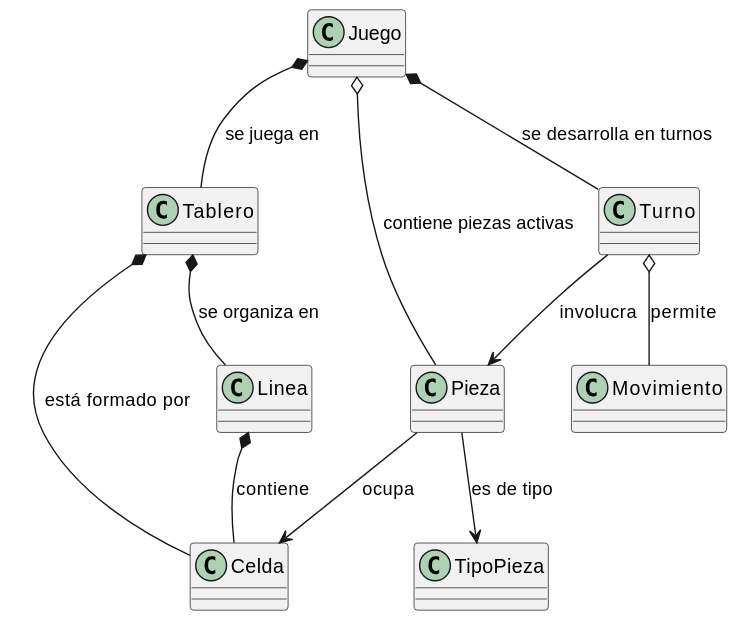
mmasias/pyTetris keeps this PlantUML diagram as images/modelosUML/ModeloDominio.svg. Above is the earlier version. Source of this version:
```plantuml
@startuml
Juego *-- Tablero : "se juega en"
Juego o-- Pieza : "contiene piezas activas"
Juego *-- Turno : "se desarrolla en turnos"

Tablero *-- Celda : "está formado por"
Tablero *-- Linea : "se organiza en"

Pieza --> TipoPieza : "es de tipo"
Pieza --> Celda : "ocupa"

Turno --> Pieza : "involucra"
Turno o-- Movimiento : "permite"

Linea *-- Celda : "contiene"
@enduml
```
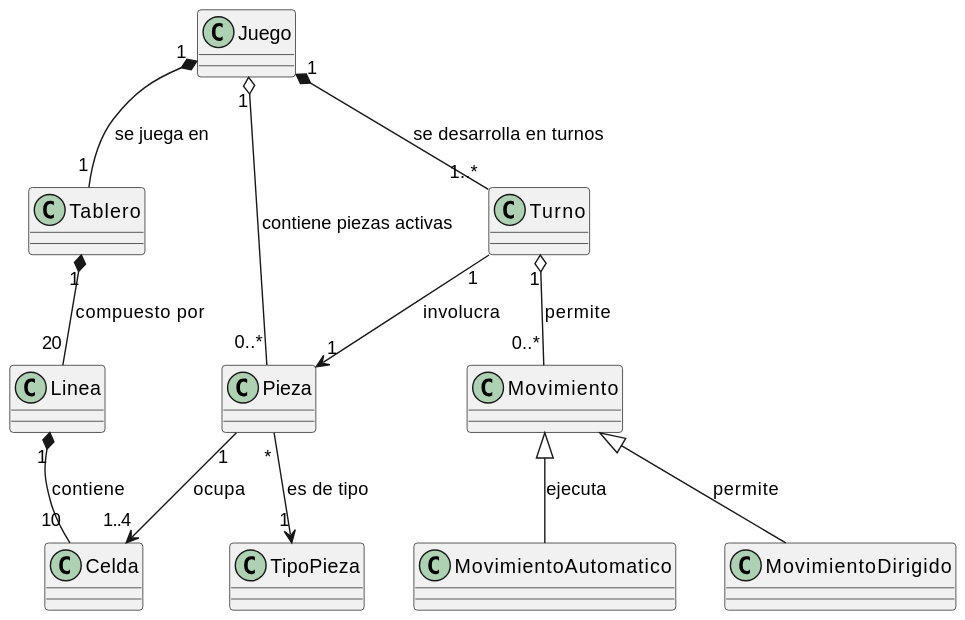
Later version of the same file.

Commit message:
refactor: documentos del modelo del dominio

Diff of the diagram source:
```diff
@@ -1,16 +1,18 @@
 @startuml
-Juego *-- Tablero : "se juega en"
-Juego o-- Pieza : "contiene piezas activas"
-Juego *-- Turno : "se desarrolla en turnos"
+Juego "1" *-- "1" Tablero : "se juega en"
+Juego "1" o-- "0..*" Pieza : "contiene piezas activas"
+Juego "1" *-- "1..*" Turno : "se desarrolla en turnos"
 
-Tablero *-- Celda : "está formado por"
-Tablero *-- Linea : "se organiza en"
+Tablero "1" *-- "20" Linea : "compuesto por"
 
-Pieza --> TipoPieza : "es de tipo"
-Pieza --> Celda : "ocupa"
+Pieza "*" --> "1" TipoPieza : "es de tipo"
+Pieza "1" --> "1..4" Celda : "ocupa"
 
-Turno --> Pieza : "involucra"
-Turno o-- Movimiento : "permite"
+Turno "1" --> "1" Pieza : "involucra"
+Turno "1" o-- "0..*" Movimiento : "permite"
 
-Linea *-- Celda : "contiene"
+Movimiento <|-- MovimientoAutomatico : "ejecuta"
+Movimiento <|-- MovimientoDirigido : "permite"
+
+Linea "1" *-- "10" Celda : "contiene"
 @enduml
```
